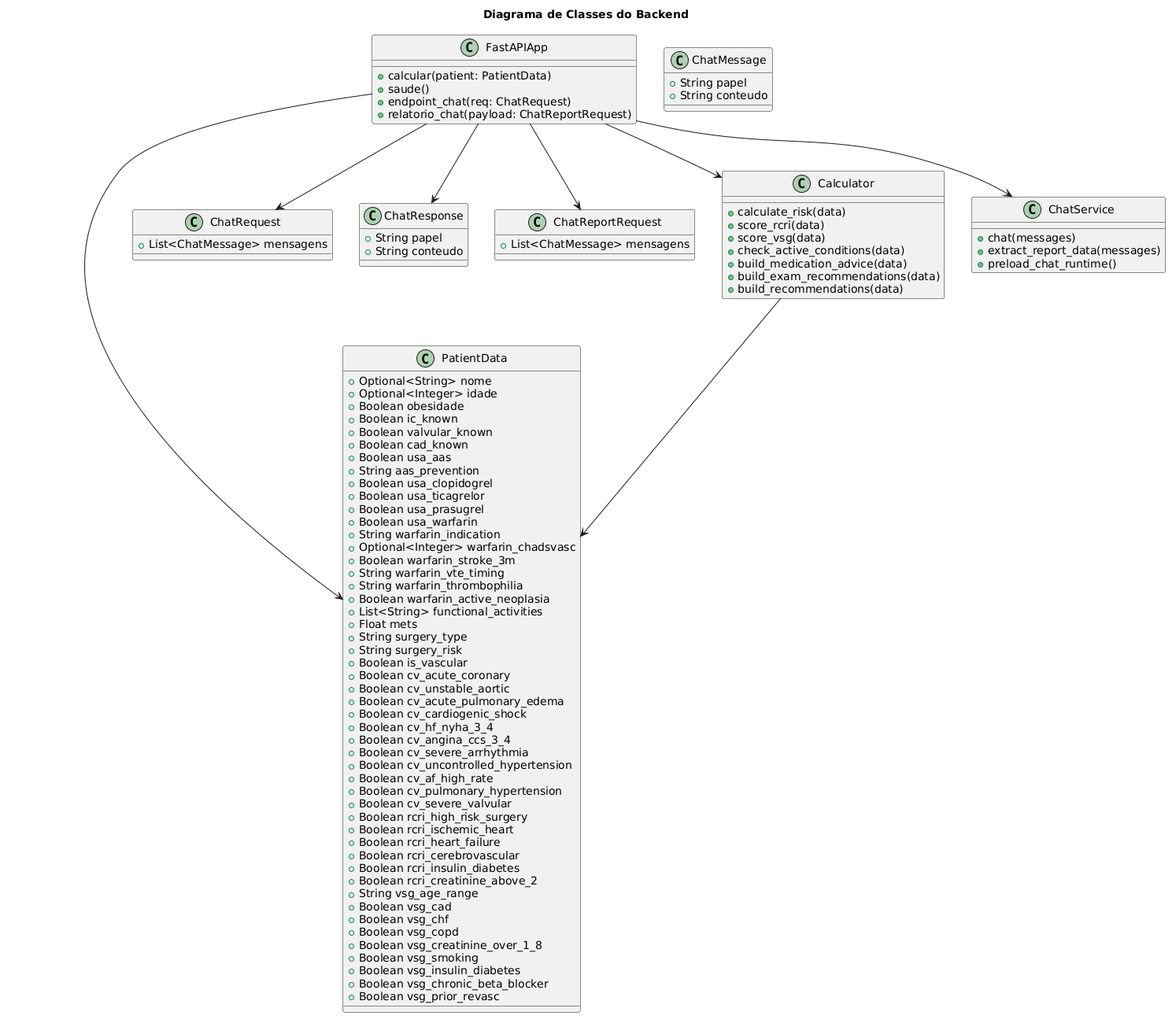
Above: diagramas/class_backend.png in GustavoFrossard/Cardio-Risk-Calc (PlantUML), before the change. Source of this version:
```plantuml
@startuml
title Diagrama de Classes do Backend

class PatientData {
  +Optional<String> nome
  +Optional<Integer> idade
  +Boolean obesidade
  +Boolean ic_known
  +Boolean valvular_known
  +Boolean cad_known
  +Boolean usa_aas
  +String aas_prevention
  +Boolean usa_clopidogrel
  +Boolean usa_ticagrelor
  +Boolean usa_prasugrel
  +Boolean usa_warfarin
  +String warfarin_indication
  +Optional<Integer> warfarin_chadsvasc
  +Boolean warfarin_stroke_3m
  +String warfarin_vte_timing
  +String warfarin_thrombophilia
  +Boolean warfarin_active_neoplasia
  +List<String> functional_activities
  +Float mets
  +String surgery_type
  +String surgery_risk
  +Boolean is_vascular
  +Boolean cv_acute_coronary
  +Boolean cv_unstable_aortic
  +Boolean cv_acute_pulmonary_edema
  +Boolean cv_cardiogenic_shock
  +Boolean cv_hf_nyha_3_4
  +Boolean cv_angina_ccs_3_4
  +Boolean cv_severe_arrhythmia
  +Boolean cv_uncontrolled_hypertension
  +Boolean cv_af_high_rate
  +Boolean cv_pulmonary_hypertension
  +Boolean cv_severe_valvular
  +Boolean rcri_high_risk_surgery
  +Boolean rcri_ischemic_heart
  +Boolean rcri_heart_failure
  +Boolean rcri_cerebrovascular
  +Boolean rcri_insulin_diabetes
  +Boolean rcri_creatinine_above_2
  +String vsg_age_range
  +Boolean vsg_cad
  +Boolean vsg_chf
  +Boolean vsg_copd
  +Boolean vsg_creatinine_over_1_8
  +Boolean vsg_smoking
  +Boolean vsg_insulin_diabetes
  +Boolean vsg_chronic_beta_blocker
  +Boolean vsg_prior_revasc
}

class ChatMessage {
  +String papel
  +String conteudo
}

class ChatRequest {
  +List<ChatMessage> mensagens
}

class ChatResponse {
  +String papel
  +String conteudo
}

class ChatReportRequest {
  +List<ChatMessage> mensagens
}

class FastAPIApp {
  +calcular(patient: PatientData)
  +saude()
  +endpoint_chat(req: ChatRequest)
  +relatorio_chat(payload: ChatReportRequest)
}

class Calculator {
  +calculate_risk(data)
  +score_rcri(data)
  +score_vsg(data)
  +check_active_conditions(data)
  +build_medication_advice(data)
  +build_exam_recommendations(data)
  +build_recommendations(data)
}

class ChatService {
  +chat(messages)
  +extract_report_data(messages)
  +preload_chat_runtime()
}

FastAPIApp --> PatientData
FastAPIApp --> ChatRequest
FastAPIApp --> ChatResponse
FastAPIApp --> ChatReportRequest
FastAPIApp --> Calculator
FastAPIApp --> ChatService
Calculator --> PatientData
@enduml
```
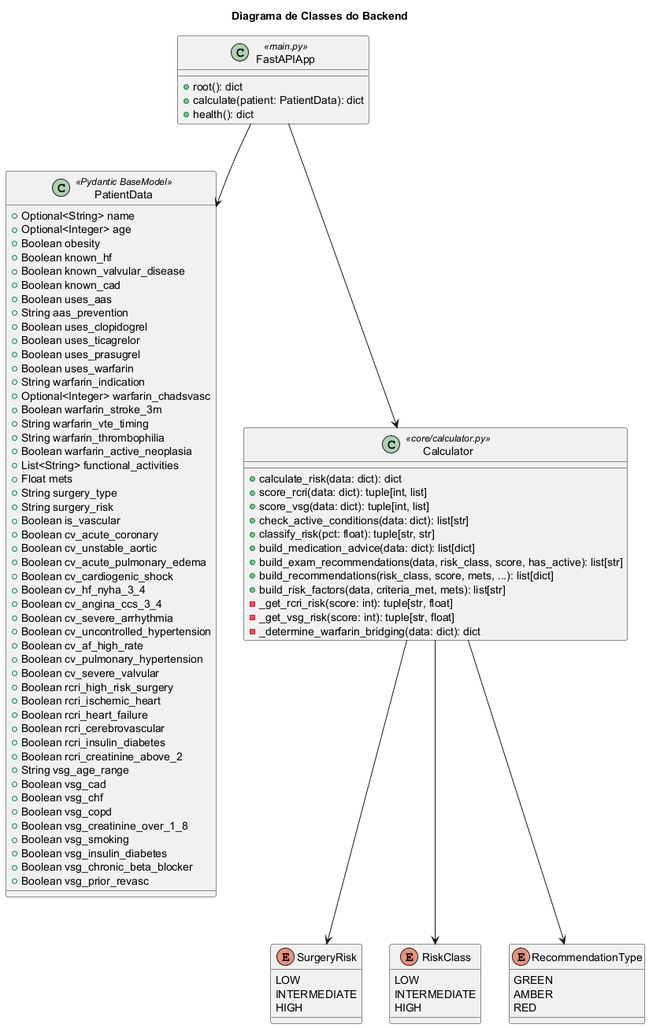
After the commit.

The edit, as a diff of the source:
```diff
@@ -1,19 +1,19 @@
 @startuml
 title Diagrama de Classes do Backend
 
-class PatientData {
-  +Optional<String> nome
-  +Optional<Integer> idade
-  +Boolean obesidade
-  +Boolean ic_known
-  +Boolean valvular_known
-  +Boolean cad_known
-  +Boolean usa_aas
+class PatientData <<Pydantic BaseModel>> {
+  +Optional<String> name
+  +Optional<Integer> age
+  +Boolean obesity
+  +Boolean known_hf
+  +Boolean known_valvular_disease
+  +Boolean known_cad
+  +Boolean uses_aas
   +String aas_prevention
-  +Boolean usa_clopidogrel
-  +Boolean usa_ticagrelor
-  +Boolean usa_prasugrel
-  +Boolean usa_warfarin
+  +Boolean uses_clopidogrel
+  +Boolean uses_ticagrelor
+  +Boolean uses_prasugrel
+  +Boolean uses_warfarin
   +String warfarin_indication
   +Optional<Integer> warfarin_chadsvasc
   +Boolean warfarin_stroke_3m
@@ -53,52 +53,48 @@
   +Boolean vsg_prior_revasc
 }
 
-class ChatMessage {
-  +String papel
-  +String conteudo
+enum SurgeryRisk {
+  LOW
+  INTERMEDIATE
+  HIGH
 }
 
-class ChatRequest {
-  +List<ChatMessage> mensagens
+enum RiskClass {
+  LOW
+  INTERMEDIATE
+  HIGH
 }
 
-class ChatResponse {
-  +String papel
-  +String conteudo
+enum RecommendationType {
+  GREEN
+  AMBER
+  RED
 }
 
-class ChatReportRequest {
-  +List<ChatMessage> mensagens
+class FastAPIApp <<main.py>> {
+  +root(): dict
+  +calculate(patient: PatientData): dict
+  +health(): dict
 }
 
-class FastAPIApp {
-  +calcular(patient: PatientData)
-  +saude()
-  +endpoint_chat(req: ChatRequest)
-  +relatorio_chat(payload: ChatReportRequest)
-}
-
-class Calculator {
-  +calculate_risk(data)
-  +score_rcri(data)
-  +score_vsg(data)
-  +check_active_conditions(data)
-  +build_medication_advice(data)
-  +build_exam_recommendations(data)
-  +build_recommendations(data)
-}
-
-class ChatService {
-  +chat(messages)
-  +extract_report_data(messages)
-  +preload_chat_runtime()
+class Calculator <<core/calculator.py>> {
+  +calculate_risk(data: dict): dict
+  +score_rcri(data: dict): tuple[int, list]
+  +score_vsg(data: dict): tuple[int, list]
+  +check_active_conditions(data: dict): list[str]
+  +classify_risk(pct: float): tuple[str, str]
+  +build_medication_advice(data: dict): list[dict]
+  +build_exam_recommendations(data, risk_class, score, has_active): list[str]
+  +build_recommendations(risk_class, score, mets, ...): list[dict]
+  +build_risk_factors(data, criteria_met, mets): list[str]
+  -_get_rcri_risk(score: int): tuple[str, float]
+  -_get_vsg_risk(score: int): tuple[str, float]
+  -_determine_warfarin_bridging(data: dict): dict
 }
 
 FastAPIApp --> PatientData
-FastAPIApp --> ChatRequest
-FastAPIApp --> ChatResponse
-FastAPIApp --> ChatReportRequest
 FastAPIApp --> Calculator
-FastAPIApp --> ChatService
-Calculator --> PatientData
+Calculator --> SurgeryRisk
+Calculator --> RiskClass
+Calculator --> RecommendationType
 @enduml
```
